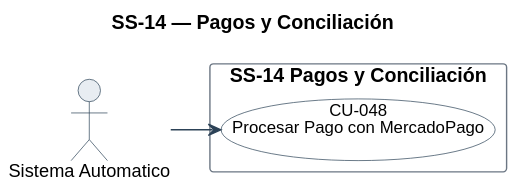
Earlier version of the PlantUML export diagramas/uml/CU_SS-14_Pagos-Y-Conciliacion.svg (Nahuelito-Dev/splg-docs).
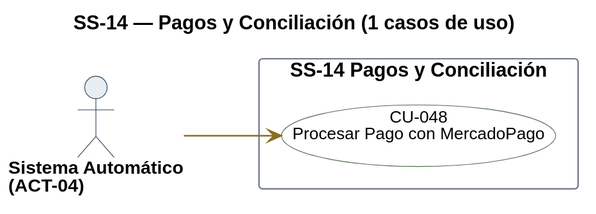
The same diagram one commit later.

What changed in the source:
```diff
@@ -1,22 +1,23 @@
 @startuml
-!pragma layout smetana
-title SS-14 — Pagos y Conciliación
+title SS-14 — Pagos y Conciliación (1 casos de uso)
 left to right direction
 skinparam backgroundColor #FFFFFF
 skinparam shadowing false
 skinparam defaultFontName Helvetica
 skinparam defaultFontSize 13
+skinparam dpi 150
 skinparam ArrowColor #2C4257
+skinparam ArrowThickness 1.1
 skinparam actor {
   BorderColor #2C4257
   BackgroundColor #E8EDF2
+  FontSize 13
+  FontStyle bold
 }
 skinparam usecase {
   BorderColor #2C4257
   BackgroundColor #FFFFFF
   FontSize 12
-  BorderColor<<pendiente>> #9C4436
-  BackgroundColor<<pendiente>> #F6E4E1
 }
 skinparam rectangle {
   BorderColor #6B7683
@@ -24,11 +25,18 @@
   FontStyle bold
 }
 
-actor "Sistema Automatico" as A4
+skinparam nodesep 18
+skinparam ranksep 70
+skinparam usecase {
+  BorderColor<<pendiente>> #9C4436
+  BackgroundColor<<pendiente>> #F6E4E1
+}
+
+actor "Sistema Automático\n(ACT-04)" as A04
 
 rectangle "SS-14 Pagos y Conciliación" {
-  usecase "CU-048\nProcesar Pago con MercadoPago" as U48
+  usecase "CU-048\nProcesar Pago con MercadoPago" as U048 #back:FFFFFF;line:4E6B4A
 }
 
-A4 --> U48
+A04 -[#8A6D1F]-> U048
 @enduml
```
